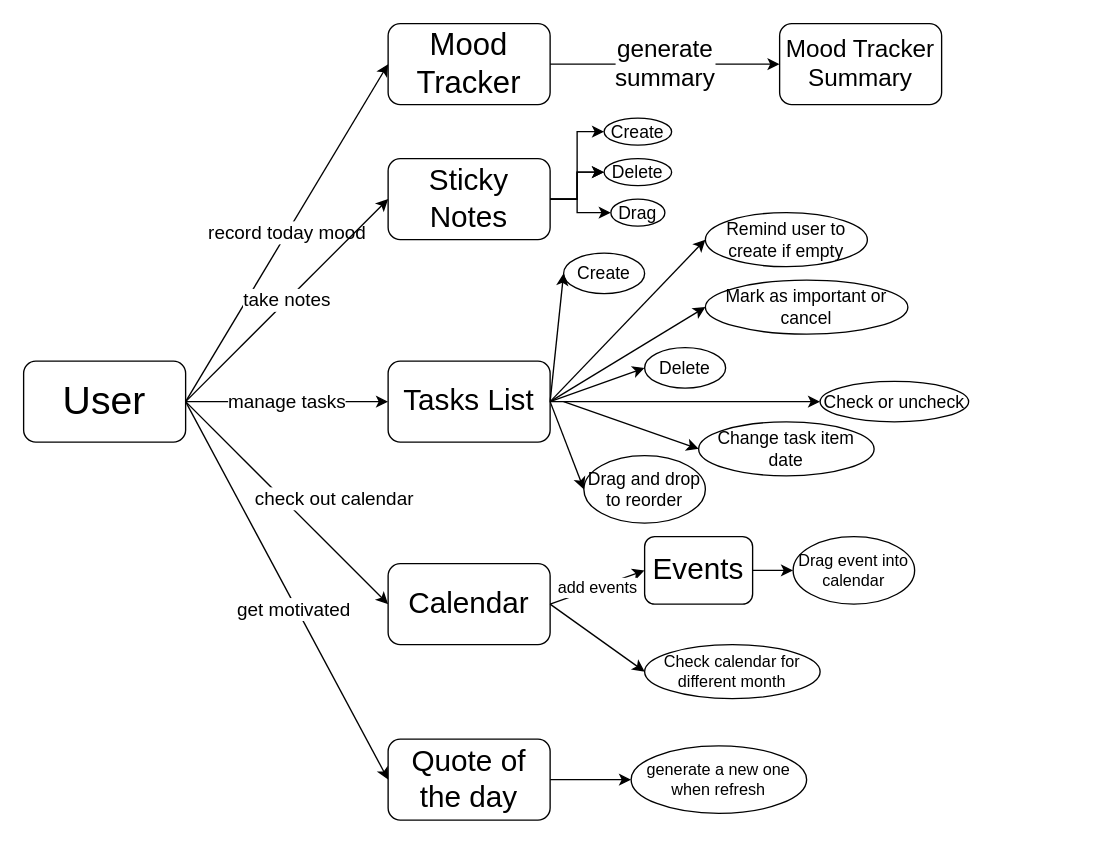
Above: specs/architecture/architecture.drawio in cse110-sp21-group26/cse110-sp21-group26 (draw.io), before the change. Source tidied: cells renumbered, new cells numbered last; positions are measured from the earlier drawing's top-left corner, leaving out a move shared by most shapes. Both pictures are drawn from the tidied source at 135%, with x=0, y=0 at pixel (23, 23).
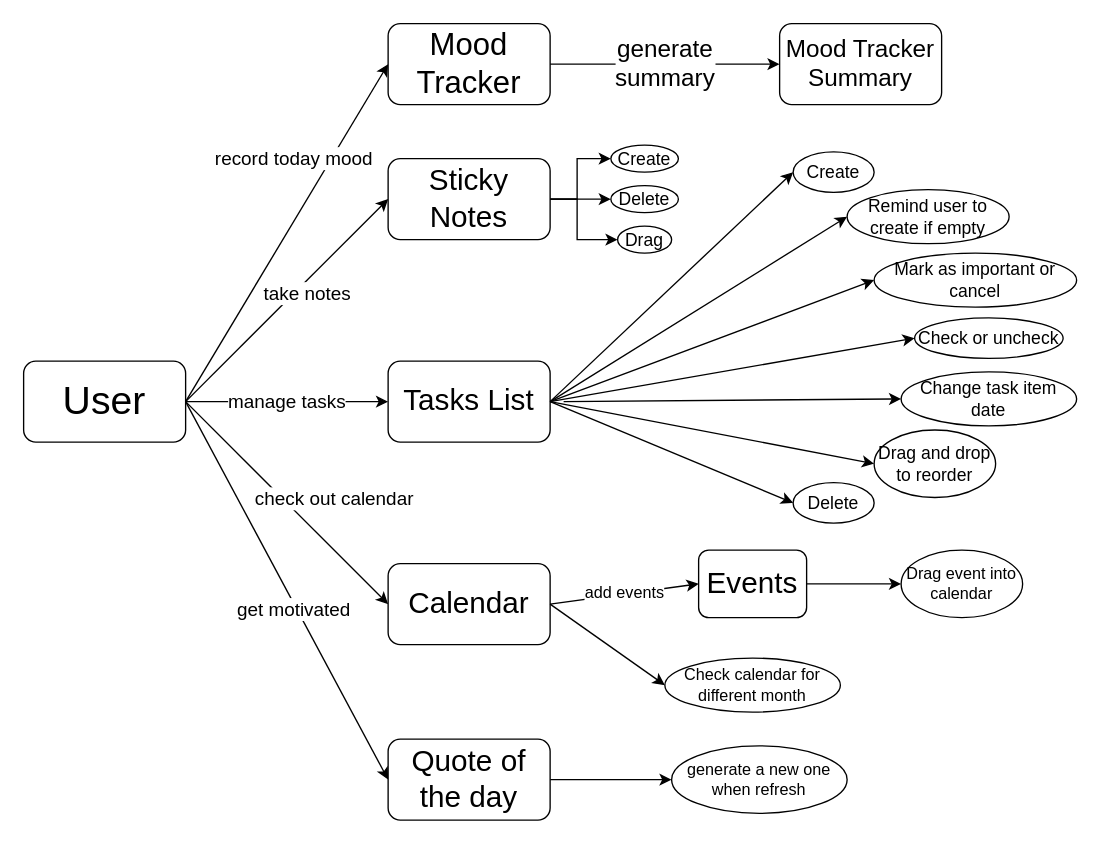
The same page after the edit.

Unchanged cells that the change refers to:
```xml
<mxCell id="2" value="&lt;font style=&quot;font-size: 29px&quot;&gt;User&lt;/font&gt;" style="rounded=1;whiteSpace=wrap;html=1;" parent="1" vertex="1">
  <mxGeometry y="250" width="120" height="60" as="geometry" />
</mxCell>
<mxCell id="3" value="&lt;font style=&quot;font-size: 23px&quot;&gt;Mood Tracker&lt;/font&gt;" style="rounded=1;whiteSpace=wrap;html=1;" parent="1" vertex="1">
  <mxGeometry x="270" width="120" height="60" as="geometry" />
</mxCell>
<mxCell id="9" value="&lt;font style=&quot;font-size: 22px&quot;&gt;Sticky Notes&lt;/font&gt;" style="rounded=1;whiteSpace=wrap;html=1;fontSize=14;" parent="1" vertex="1">
  <mxGeometry x="270" y="100" width="120" height="60" as="geometry" />
</mxCell>
```

The edit, as a diff of the source:
```diff
@@
     <mxCell id="4" value="record today mood" style="endArrow=classic;html=1;exitX=1;exitY=0.5;exitDx=0;exitDy=0;entryX=0;entryY=0.5;entryDx=0;entryDy=0;fontSize=14;" parent="1" edge="1" source="2" target="3">
-      <mxGeometry relative="1" as="geometry" />
+      <mxGeometry x="0.34" y="24" relative="1" as="geometry" />
     </mxCell>
@@
     <mxCell id="7" style="edgeStyle=orthogonalEdgeStyle;rounded=0;jettySize=auto;html=1;fontSize=10;entryX=0;entryY=0.5;entryDx=0;entryDy=0;" parent="1" edge="1" source="9" target="20">
-      <mxGeometry relative="1" as="geometry" />
+      <mxGeometry relative="1" as="geometry">
+        <Array as="points">
+          <mxPoint x="410" y="130" />
+          <mxPoint x="410" y="100" />
+        </Array>
+      </mxGeometry>
     </mxCell>
     <mxCell id="8" style="edgeStyle=orthogonalEdgeStyle;rounded=0;jettySize=auto;html=1;fontSize=12;" parent="1" edge="1" source="9" target="24">
       <mxGeometry relative="1" as="geometry">
         <Array as="points">
           <mxPoint x="410" y="130" />
-          <mxPoint x="410" y="140" />
+          <mxPoint x="410" y="160" />
         </Array>
       </mxGeometry>
     </mxCell>
@@
     <mxCell id="10" value="take notes" style="endArrow=classic;html=1;fontSize=14;entryX=0;entryY=0.5;entryDx=0;entryDy=0;exitX=1;exitY=0.5;exitDx=0;exitDy=0;" parent="1" edge="1" source="2" target="9">
-      <mxGeometry relative="1" as="geometry" />
+      <mxGeometry x="0.13" y="-7" relative="1" as="geometry" />
     </mxCell>
@@
     <mxCell id="20" value="Create" style="ellipse;whiteSpace=wrap;html=1;fontSize=13;" parent="1" vertex="1">
-      <mxGeometry x="430" y="70" width="50" height="20" as="geometry" />
+      <mxGeometry x="435" y="90" width="50" height="20" as="geometry" />
     </mxCell>
     <mxCell id="21" style="edgeStyle=orthogonalEdgeStyle;rounded=0;jettySize=auto;html=1;fontSize=10;" parent="1" edge="1" source="9" target="23">
-      <mxGeometry relative="1" as="geometry" />
+      <mxGeometry relative="1" as="geometry">
+        <Array as="points">
+          <mxPoint x="420" y="130" />
+          <mxPoint x="420" y="130" />
+        </Array>
+      </mxGeometry>
     </mxCell>
-    <mxCell id="22" style="edgeStyle=orthogonalEdgeStyle;rounded=0;jettySize=auto;html=1;fontSize=12;" parent="1" edge="1" source="9" target="23">
-      <mxGeometry relative="1" as="geometry" />
-    </mxCell>
     <mxCell id="23" value="Delete" style="ellipse;whiteSpace=wrap;html=1;fontSize=13;" parent="1" vertex="1">
-      <mxGeometry x="430" y="100" width="50" height="20" as="geometry" />
+      <mxGeometry x="435" y="120" width="50" height="20" as="geometry" />
     </mxCell>
     <mxCell id="24" value="Drag" style="ellipse;whiteSpace=wrap;html=1;fontSize=13;" parent="1" vertex="1">
-      <mxGeometry x="435" y="130" width="40" height="20" as="geometry" />
+      <mxGeometry x="440" y="150" width="40" height="20" as="geometry" />
     </mxCell>
     <mxCell id="25" value="Create" style="ellipse;whiteSpace=wrap;html=1;fontSize=13;" parent="1" vertex="1">
-      <mxGeometry x="400" y="170" width="60" height="30" as="geometry" />
+      <mxGeometry x="570" y="95" width="60" height="30" as="geometry" />
     </mxCell>
     <mxCell id="26" value="Delete" style="ellipse;whiteSpace=wrap;html=1;fontSize=13;" parent="1" vertex="1">
-      <mxGeometry x="460" y="240" width="60" height="30" as="geometry" />
+      <mxGeometry x="570" y="340" width="60" height="30" as="geometry" />
     </mxCell>
     <mxCell id="27" value="Drag and drop to reorder" style="ellipse;whiteSpace=wrap;html=1;fontSize=13;" parent="1" vertex="1">
-      <mxGeometry x="415" y="320" width="90" height="50" as="geometry" />
+      <mxGeometry x="630" y="301" width="90" height="50" as="geometry" />
     </mxCell>
     <mxCell id="28" value="Mark as important or cancel" style="ellipse;whiteSpace=wrap;html=1;fontSize=13;" parent="1" vertex="1">
-      <mxGeometry x="505" y="190" width="150" height="40" as="geometry" />
+      <mxGeometry x="630" y="170" width="150" height="40" as="geometry" />
     </mxCell>
     <mxCell id="29" value="Check or uncheck" style="ellipse;whiteSpace=wrap;html=1;fontSize=13;" parent="1" vertex="1">
-      <mxGeometry x="590" y="265" width="110" height="30" as="geometry" />
+      <mxGeometry x="660" y="218" width="110" height="30" as="geometry" />
     </mxCell>
     <mxCell id="30" value="Change task item date" style="ellipse;whiteSpace=wrap;html=1;fontSize=13;" parent="1" vertex="1">
-      <mxGeometry x="500" y="295" width="130" height="40" as="geometry" />
+      <mxGeometry x="650" y="258" width="130" height="40" as="geometry" />
     </mxCell>
@@
     <mxCell id="32" value="Remind user to create if empty" style="ellipse;whiteSpace=wrap;html=1;fontSize=13;" parent="1" vertex="1">
-      <mxGeometry x="505" y="140" width="120" height="40" as="geometry" />
+      <mxGeometry x="610" y="123" width="120" height="40" as="geometry" />
     </mxCell>
@@
     <mxCell id="39" value="Check calendar for different month" style="ellipse;whiteSpace=wrap;html=1;fontSize=12;" parent="1" vertex="1">
-      <mxGeometry x="460" y="460" width="130" height="40" as="geometry" />
+      <mxGeometry x="475" y="470" width="130" height="40" as="geometry" />
     </mxCell>
     <mxCell id="40" value="&lt;font style=&quot;font-size: 22px&quot;&gt;Events&lt;/font&gt;" style="rounded=1;whiteSpace=wrap;html=1;fontSize=14;" parent="1" vertex="1">
-      <mxGeometry x="460" y="380" width="80" height="50" as="geometry" />
+      <mxGeometry x="500" y="390" width="80" height="50" as="geometry" />
     </mxCell>
@@
     <mxCell id="44" value="Drag event into calendar" style="ellipse;whiteSpace=wrap;html=1;fontSize=12;" parent="1" vertex="1">
-      <mxGeometry x="570" y="380" width="90" height="50" as="geometry" />
+      <mxGeometry x="650" y="390" width="90" height="50" as="geometry" />
     </mxCell>
     <mxCell id="45" value="generate a new one when refresh" style="ellipse;whiteSpace=wrap;html=1;fontSize=12;" parent="1" vertex="1">
-      <mxGeometry x="450" y="535" width="130" height="50" as="geometry" />
+      <mxGeometry x="480" y="535" width="130" height="50" as="geometry" />
     </mxCell>
```
